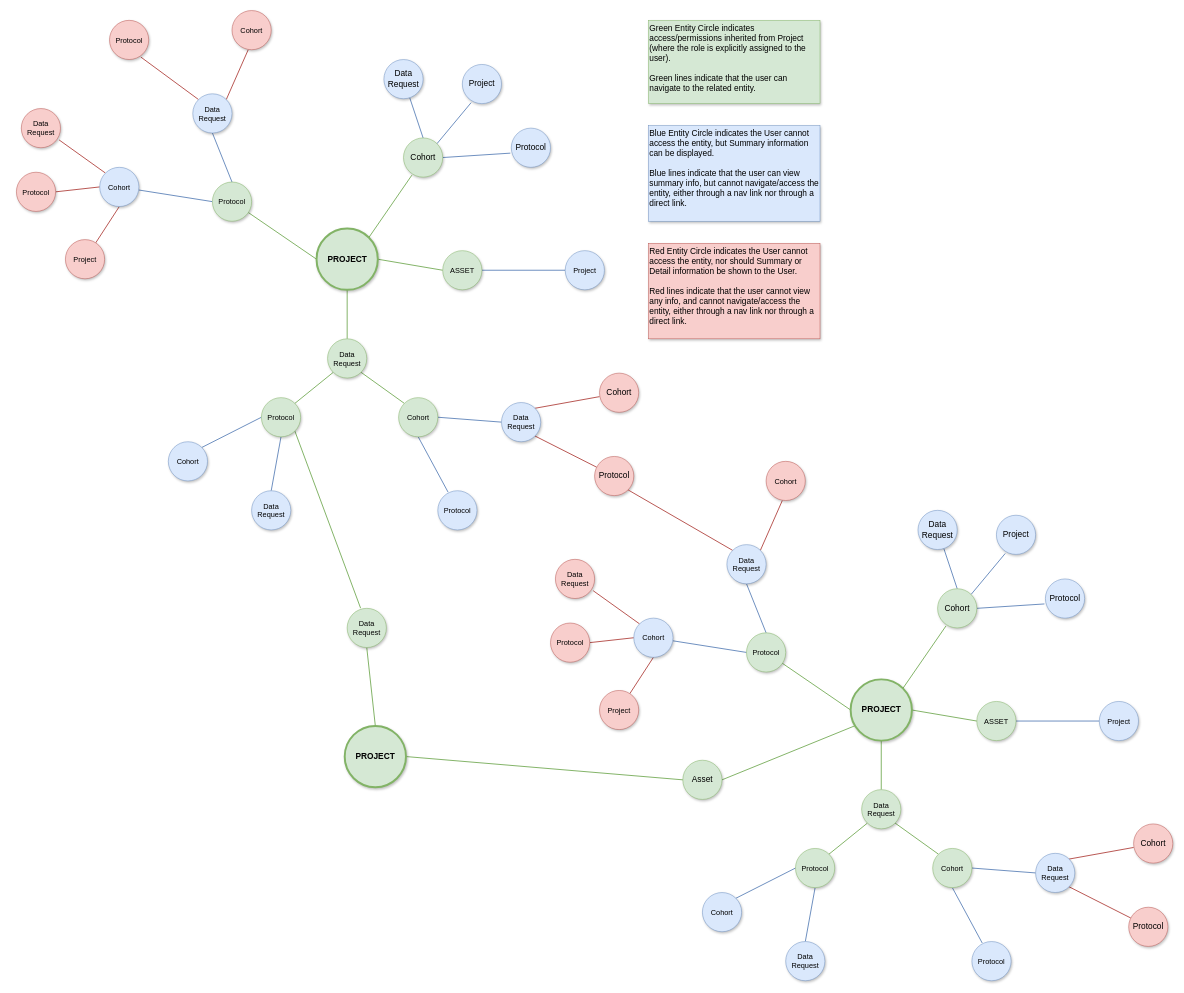
This is page "Page-3" (3 of 3) of DataLENS Sample Permission Diagrmas.drawio from ntimkovich/UAB-II-Diagrams, a draw.io file, before an edit. Source tidied: cells renumbered, new cells numbered last; positions are measured from the earlier drawing's top-left corner, leaving out a move shared by most shapes. Both pictures are drawn from the tidied source at 49%, with x=0, y=0 at pixel (16, 10).
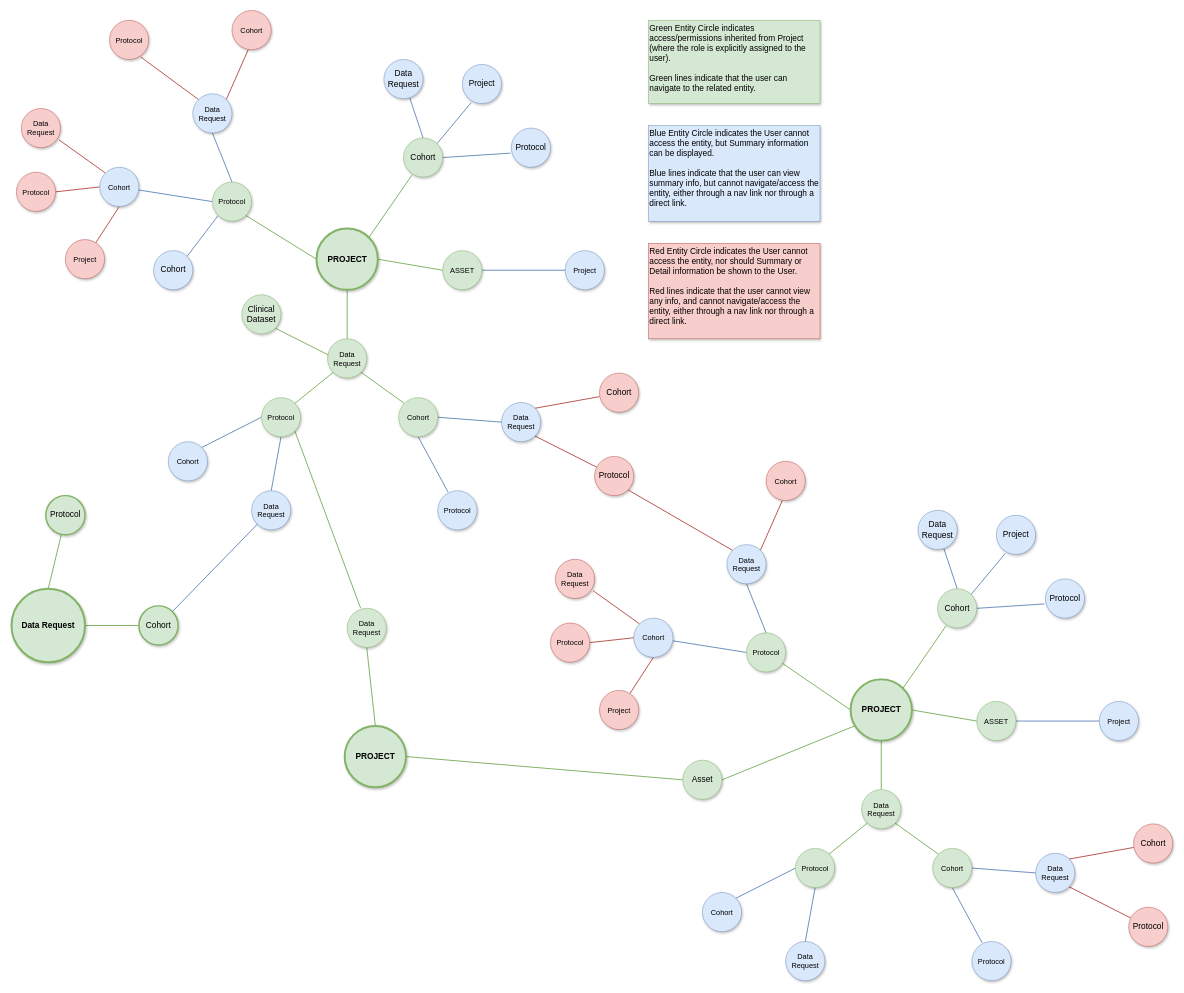
The same diagram, later.

The change refers to these unchanged cells:
```xml
<mxCell id="6" value="PROJECT" style="ellipse;whiteSpace=wrap;html=1;shadow=1;fontSize=17;fillColor=#d5e8d4;strokeColor=#82b366;fontStyle=1;strokeWidth=4;" parent="1" vertex="1">
  <mxGeometry x="612.5" y="445" width="125" height="125" as="geometry" />
</mxCell>
<mxCell id="9" value="Data Request" style="ellipse;whiteSpace=wrap;html=1;shadow=1;fontSize=15;fillColor=#d5e8d4;strokeColor=#82b366;" parent="1" vertex="1">
  <mxGeometry x="635" y="670" width="80" height="80" as="geometry" />
</mxCell>
<mxCell id="20" value="Data Request" style="ellipse;whiteSpace=wrap;html=1;shadow=1;fontSize=15;fillColor=#dae8fc;strokeColor=#6c8ebf;" parent="1" vertex="1">
  <mxGeometry x="480" y="980" width="80" height="80" as="geometry" />
</mxCell>
<mxCell id="27" value="Protocol" style="ellipse;whiteSpace=wrap;html=1;shadow=1;fontSize=15;fillColor=#d5e8d4;strokeColor=#82b366;" parent="1" vertex="1">
  <mxGeometry x="400" y="350" width="80" height="80" as="geometry" />
</mxCell>
```

The edit, as a diff of the source:
```diff
@@
-    <mxCell id="4" style="edgeStyle=none;rounded=0;jettySize=auto;html=1;exitX=0;exitY=0.5;exitDx=0;exitDy=0;strokeColor=#82b366;strokeWidth=2;fontSize=15;fontColor=#3333FF;startArrow=none;startFill=0;endArrow=none;endFill=0;fillColor=#d5e8d4;" parent="1" edge="1" source="6">
-      <mxGeometry relative="1" as="geometry">
-        <mxPoint x="470" y="410" as="targetPoint" />
-      </mxGeometry>
-    </mxCell>
@@
+    <mxCell id="105" style="edgeStyle=none;rounded=0;jettySize=auto;html=1;exitX=0;exitY=1;exitDx=0;exitDy=0;entryX=1;entryY=0;entryDx=0;entryDy=0;strokeColor=#6c8ebf;strokeWidth=2;fontSize=17;fontColor=#3333FF;startArrow=none;startFill=0;endArrow=none;endFill=0;fillColor=#dae8fc;" parent="1" edge="1" source="27" target="115">
+      <mxGeometry relative="1" as="geometry" />
+    </mxCell>
+    <mxCell id="106" style="edgeStyle=none;rounded=0;jettySize=auto;html=1;exitX=1;exitY=1;exitDx=0;exitDy=0;entryX=0;entryY=0.5;entryDx=0;entryDy=0;strokeColor=#82b366;strokeWidth=2;fontSize=17;fontColor=#3333FF;startArrow=none;startFill=0;endArrow=none;endFill=0;fillColor=#d5e8d4;" parent="1" edge="1" source="27" target="6">
+      <mxGeometry relative="1" as="geometry" />
+    </mxCell>
@@
+    <mxCell id="107" style="edgeStyle=none;rounded=0;jettySize=auto;html=1;exitX=1;exitY=1;exitDx=0;exitDy=0;entryX=0.025;entryY=0.413;entryDx=0;entryDy=0;entryPerimeter=0;strokeColor=#82b366;strokeWidth=2;fontSize=17;fontColor=#3333FF;startArrow=none;startFill=0;endArrow=none;endFill=0;fillColor=#d5e8d4;" parent="1" edge="1" source="108" target="9">
+      <mxGeometry relative="1" as="geometry" />
+    </mxCell>
+    <mxCell id="108" value="Clinical Dataset" style="ellipse;whiteSpace=wrap;html=1;shadow=1;strokeWidth=1;fontSize=17;fillColor=#d5e8d4;strokeColor=#82b366;" parent="1" vertex="1">
+      <mxGeometry x="460" y="580" width="80" height="80" as="geometry" />
+    </mxCell>
+    <mxCell id="109" style="edgeStyle=none;rounded=0;jettySize=auto;html=1;exitX=0.5;exitY=0;exitDx=0;exitDy=0;entryX=0.396;entryY=0.99;entryDx=0;entryDy=0;entryPerimeter=0;strokeColor=#82b366;strokeWidth=2;fontSize=17;fontColor=#3333FF;startArrow=none;startFill=0;endArrow=none;endFill=0;fillColor=#d5e8d4;" parent="1" edge="1" source="111" target="114">
+      <mxGeometry relative="1" as="geometry" />
+    </mxCell>
+    <mxCell id="110" style="edgeStyle=none;rounded=0;jettySize=auto;html=1;exitX=1;exitY=0.5;exitDx=0;exitDy=0;entryX=0;entryY=0.5;entryDx=0;entryDy=0;strokeColor=#82b366;strokeWidth=2;fontSize=17;fontColor=#3333FF;startArrow=none;startFill=0;endArrow=none;endFill=0;fillColor=#d5e8d4;" parent="1" edge="1" source="111" target="113">
+      <mxGeometry relative="1" as="geometry" />
+    </mxCell>
+    <mxCell id="111" value="Data Request" style="ellipse;whiteSpace=wrap;html=1;shadow=1;strokeWidth=4;fontSize=17;fillColor=#d5e8d4;strokeColor=#82b366;fontStyle=1;" parent="1" vertex="1">
+      <mxGeometry x="-10" y="1180" width="150" height="150" as="geometry" />
+    </mxCell>
+    <mxCell id="112" style="edgeStyle=none;rounded=0;jettySize=auto;html=1;exitX=1;exitY=0;exitDx=0;exitDy=0;entryX=0;entryY=1;entryDx=0;entryDy=0;strokeColor=#6c8ebf;strokeWidth=2;fontSize=17;fontColor=#3333FF;startArrow=none;startFill=0;endArrow=none;endFill=0;fillColor=#dae8fc;" parent="1" edge="1" source="113" target="20">
+      <mxGeometry relative="1" as="geometry" />
+    </mxCell>
+    <mxCell id="113" value="Cohort" style="ellipse;whiteSpace=wrap;html=1;shadow=1;strokeWidth=3;fontSize=17;fillColor=#d5e8d4;strokeColor=#82b366;" parent="1" vertex="1">
+      <mxGeometry x="250" y="1215" width="80" height="80" as="geometry" />
+    </mxCell>
+    <mxCell id="114" value="Protocol" style="ellipse;whiteSpace=wrap;html=1;shadow=1;strokeWidth=3;fontSize=17;fillColor=#d5e8d4;strokeColor=#82b366;" parent="1" vertex="1">
+      <mxGeometry x="60" y="990" width="80" height="80" as="geometry" />
+    </mxCell>
+    <mxCell id="115" value="Cohort" style="ellipse;whiteSpace=wrap;html=1;shadow=1;strokeWidth=1;fontSize=17;fillColor=#dae8fc;strokeColor=#6c8ebf;" parent="1" vertex="1">
+      <mxGeometry x="280" y="490" width="80" height="80" as="geometry" />
+    </mxCell>
```
